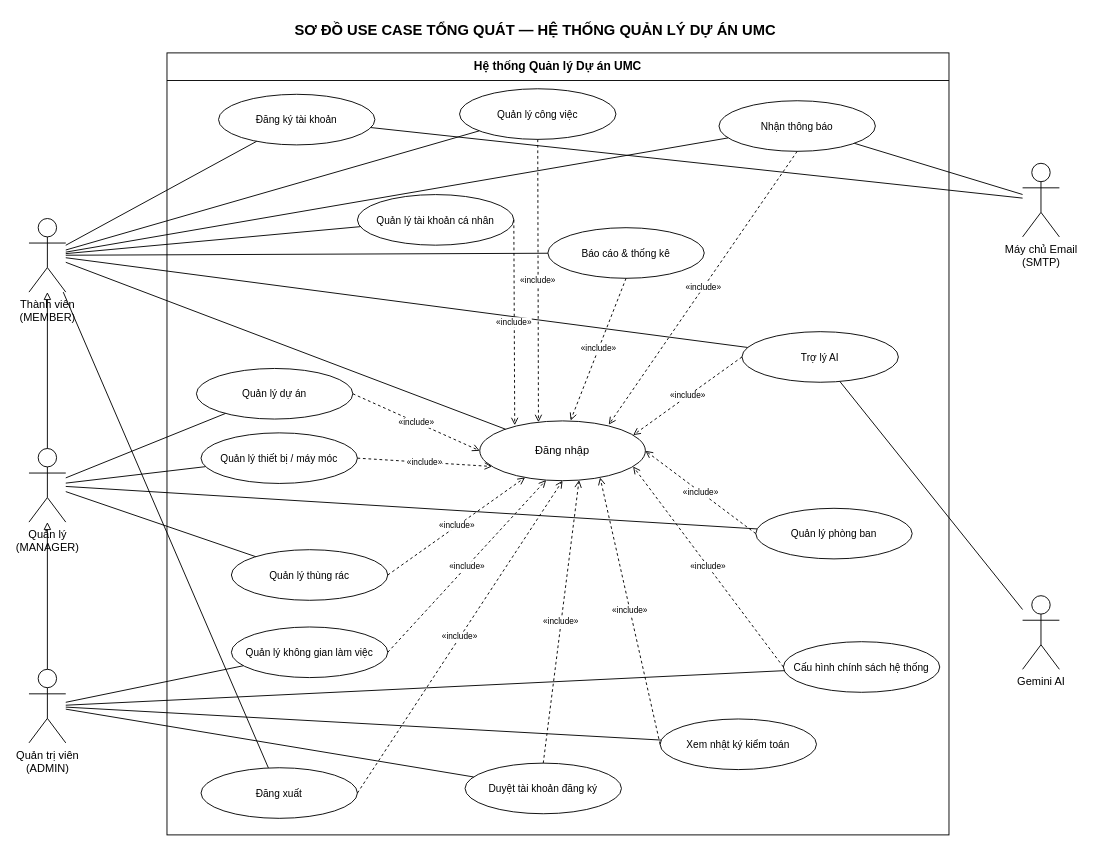
This is docs/diagrams/1_usecase.drawio from HuuwxLoiwf/TTTN, a draw.io file, before an edit. Source tidied: cells renumbered, new cells numbered last; positions are measured from the earlier drawing's top-left corner, leaving out a move shared by most shapes. Both pictures are drawn from the tidied source at 92%, with x=0, y=0 at pixel (29, 16).
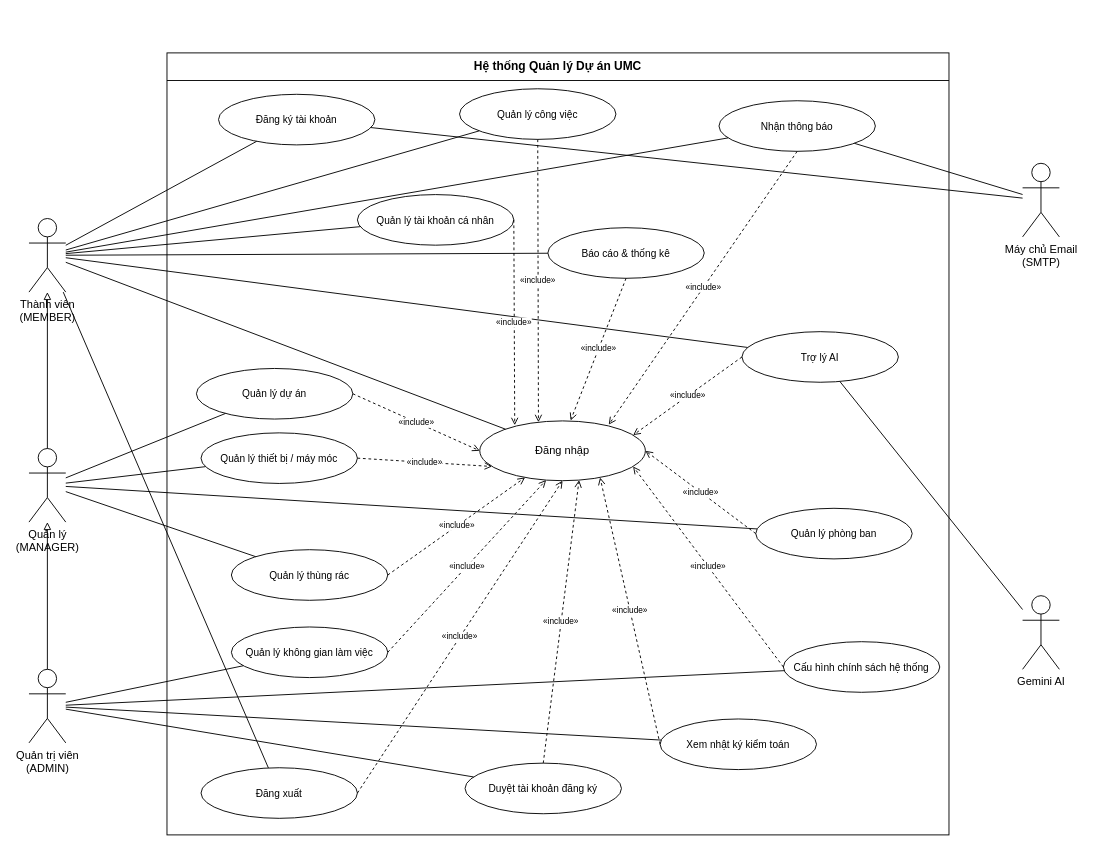
Above is the later version.

The edit, as a diff of the source:
```diff
@@
-    <mxCell id="2" value="SƠ ĐỒ USE CASE TỔNG QUÁT — HỆ THỐNG QUẢN LÝ DỰ ÁN UMC" style="text;html=1;fontSize=16;fontStyle=1;align=center;verticalAlign=middle;" parent="1" vertex="1">
-      <mxGeometry x="230" width="640" height="30" as="geometry" />
-    </mxCell>
```
